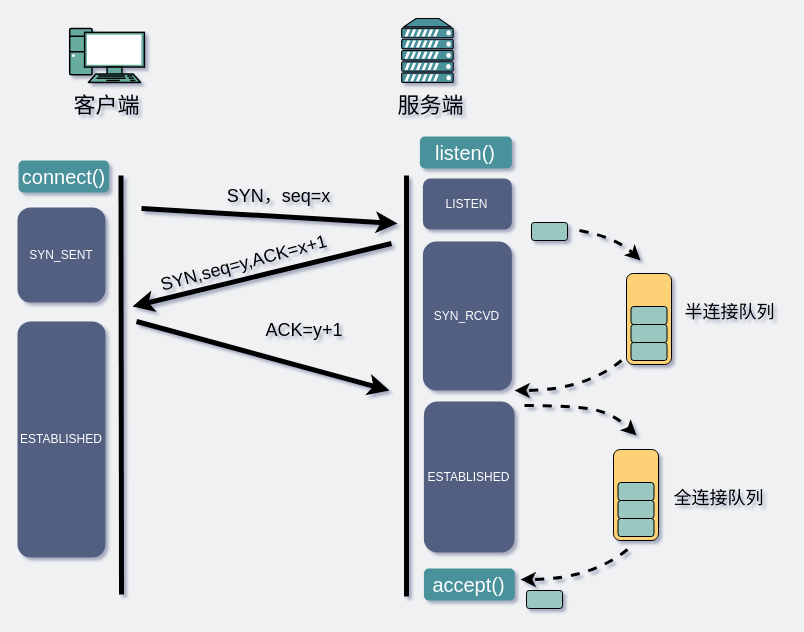
Earlier version of the draw.io diagram network/半连接队列和全连接队列.drawio (xiaobaiTech/image). Source tidied: cells renumbered, new cells numbered last; positions are measured from the earlier drawing's top-left corner, leaving out a move shared by most shapes. Both pictures are drawn from the tidied source at 100%, with x=0, y=0 at pixel (17, 18).
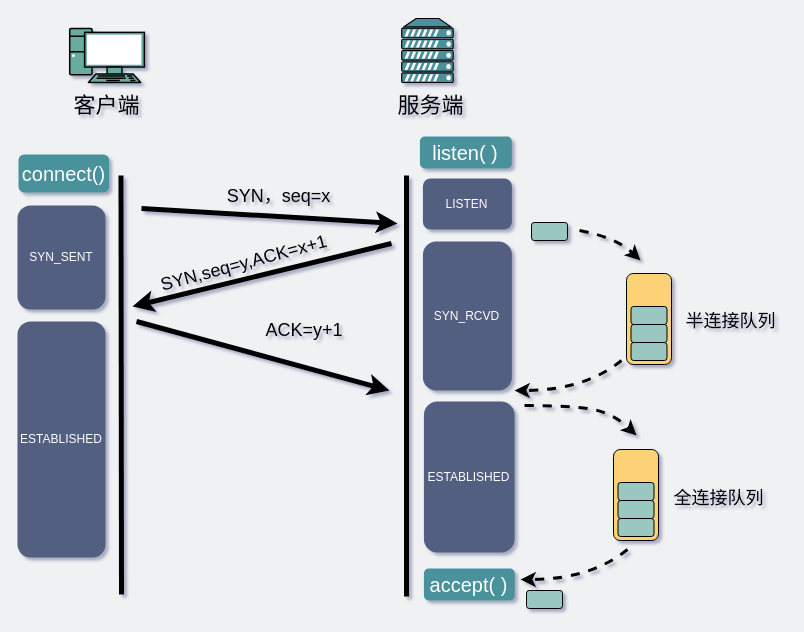
Above is the later version.

Commit message:
Update 半连接队列和全连接队列.drawio

The edit, as a diff of the source:
```diff
@@
     <mxCell id="11" value="SYN_SENT" style="rounded=1;whiteSpace=wrap;html=1;dashed=1;strokeWidth=3;fillColor=#535E80;strokeColor=none;fontColor=#FFFFFF;" parent="1" vertex="1">
-      <mxGeometry y="189" width="88" height="95" as="geometry" />
+      <mxGeometry y="187" width="88" height="104" as="geometry" />
     </mxCell>
@@
     <mxCell id="20" value="&lt;span style=&quot;font-size: 20px&quot;&gt;connect()&lt;/span&gt;" style="rounded=1;whiteSpace=wrap;html=1;strokeColor=none;fillColor=#4A919B;fontColor=#FFFFFF;" parent="1" vertex="1">
-      <mxGeometry x="1" y="142" width="90.6" height="32" as="geometry" />
+      <mxGeometry x="1" y="136" width="90.6" height="38" as="geometry" />
     </mxCell>
-    <mxCell id="21" value="&lt;span style=&quot;font-size: 20px&quot;&gt;listen()&lt;/span&gt;" style="rounded=1;whiteSpace=wrap;html=1;strokeColor=none;fontColor=#FFFFFF;fillColor=#4A919B;" parent="1" vertex="1">
+    <mxCell id="21" value="&lt;span style=&quot;font-size: 20px&quot;&gt;listen( )&lt;/span&gt;" style="rounded=1;whiteSpace=wrap;html=1;strokeColor=none;fontColor=#FFFFFF;fillColor=#4A919B;" parent="1" vertex="1">
       <mxGeometry x="402.4" y="118" width="92" height="32" as="geometry" />
     </mxCell>
-    <mxCell id="22" value="&lt;span style=&quot;font-size: 20px&quot;&gt;accept()&lt;/span&gt;" style="rounded=1;whiteSpace=wrap;html=1;strokeColor=none;fontColor=#FFFFFF;fillColor=#4A919B;" parent="1" vertex="1">
+    <mxCell id="22" value="&lt;span style=&quot;font-size: 20px&quot;&gt;accept( )&lt;/span&gt;" style="rounded=1;whiteSpace=wrap;html=1;strokeColor=none;fontColor=#FFFFFF;fillColor=#4A919B;" parent="1" vertex="1">
       <mxGeometry x="406.4" y="550" width="90.9" height="32" as="geometry" />
     </mxCell>
     <mxCell id="23" value="&lt;font style=&quot;font-size: 18px&quot;&gt;半连接队列&lt;/font&gt;" style="text;html=1;strokeColor=none;fillColor=none;align=center;verticalAlign=middle;whiteSpace=wrap;rounded=0;" parent="1" vertex="1">
-      <mxGeometry x="662" y="275" width="101" height="38" as="geometry" />
+      <mxGeometry x="663" y="284" width="101" height="38" as="geometry" />
     </mxCell>
```
